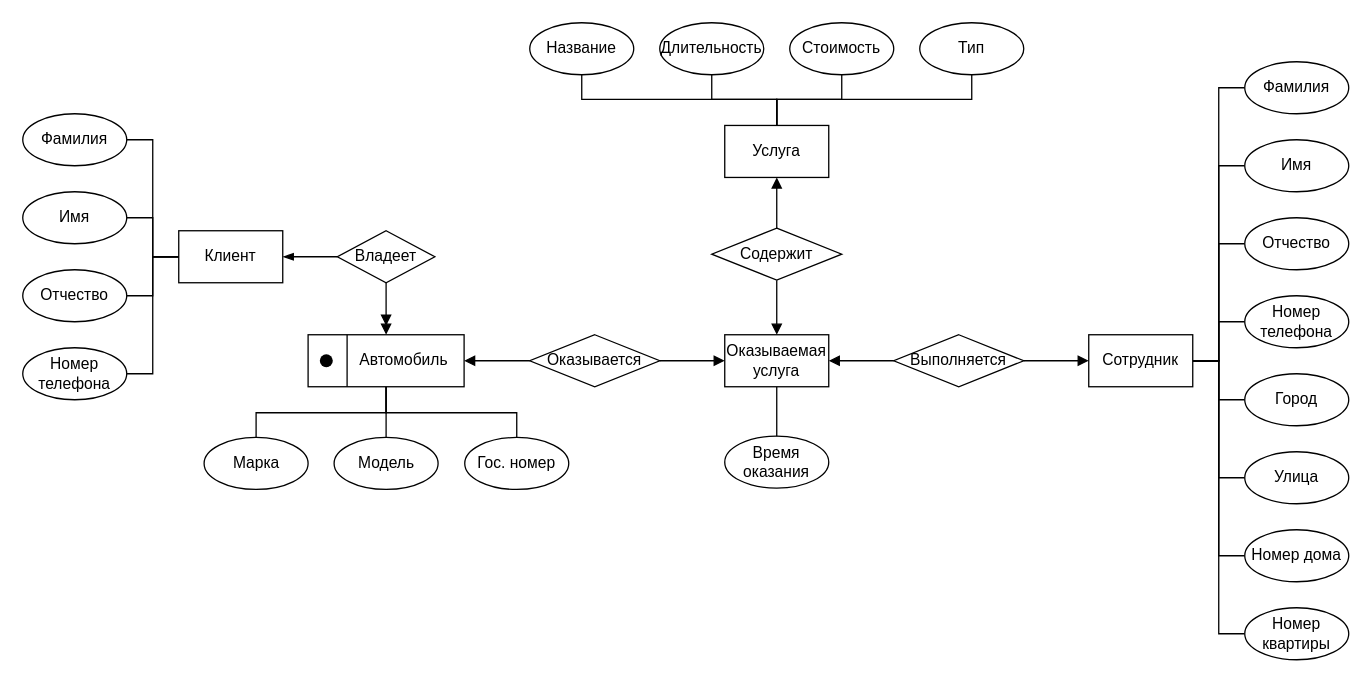
The draw.io diagram Concept.drawio in Mejioy/SUBD, before the edit. Source tidied: cells renumbered, new cells numbered last; positions are measured from the earlier drawing's top-left corner, leaving out a move shared by most shapes. Both pictures are drawn from the tidied source at 130%, with x=0, y=0 at pixel (22, 22).
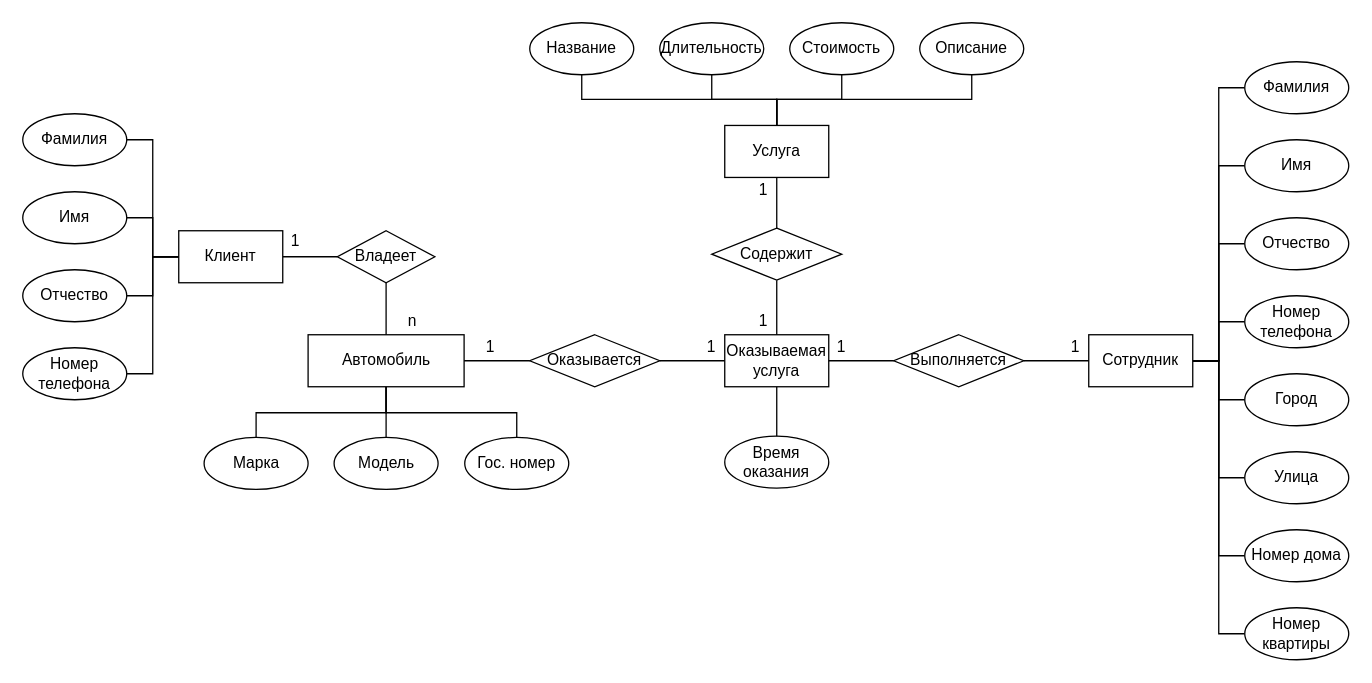
The same diagram, later.

Unchanged cells that the change refers to:
```xml
<mxCell id="10" value="Владеет" style="rhombus;whiteSpace=wrap;html=1;" parent="1" vertex="1">
  <mxGeometry x="242" y="160" width="75" height="40" as="geometry" />
</mxCell>
<mxCell id="11" value="Клиент" style="rounded=0;whiteSpace=wrap;html=1;" parent="1" vertex="1">
  <mxGeometry x="120" y="160" width="80" height="40" as="geometry" />
</mxCell>
<mxCell id="25" value="Оказываемая услуга" style="rounded=0;whiteSpace=wrap;html=1;" parent="1" vertex="1">
  <mxGeometry x="540" y="240" width="80" height="40" as="geometry" />
</mxCell>
<mxCell id="28" value="Оказывается" style="rhombus;whiteSpace=wrap;html=1;" parent="1" vertex="1">
  <mxGeometry x="390" y="240" width="100" height="40" as="geometry" />
</mxCell>
<mxCell id="33" value="Услуга" style="rounded=0;whiteSpace=wrap;html=1;" parent="1" vertex="1">
  <mxGeometry x="540" y="79" width="80" height="40" as="geometry" />
</mxCell>
<mxCell id="40" value="Содержит" style="rhombus;whiteSpace=wrap;html=1;" parent="1" vertex="1">
  <mxGeometry x="530" y="158" width="100" height="40" as="geometry" />
</mxCell>
<mxCell id="49" value="Сотрудник" style="rounded=0;whiteSpace=wrap;html=1;" parent="1" vertex="1">
  <mxGeometry x="820" y="240" width="80" height="40" as="geometry" />
</mxCell>
<mxCell id="60" value="Выполняется" style="rhombus;whiteSpace=wrap;html=1;" parent="1" vertex="1">
  <mxGeometry x="670" y="240" width="100" height="40" as="geometry" />
</mxCell>
```

Change to the diagram source:
```diff
@@
-    <mxCell id="7" value="&lt;span style=&quot;white-space: pre;&quot;&gt;&#9;&lt;/span&gt;Автомобиль" style="rounded=0;whiteSpace=wrap;html=1;" parent="1" vertex="1">
+    <mxCell id="7" value="Автомобиль" style="rounded=0;whiteSpace=wrap;html=1;" parent="1" vertex="1">
       <mxGeometry x="219.5" y="240" width="120" height="40" as="geometry" />
     </mxCell>
-    <mxCell id="8" style="edgeStyle=orthogonalEdgeStyle;rounded=0;jettySize=auto;html=1;exitX=0;exitY=0.5;exitDx=0;exitDy=0;entryX=1;entryY=0.5;entryDx=0;entryDy=0;endArrow=blockThin;endFill=1;" parent="1" edge="1" source="10" target="11">
+    <mxCell id="8" style="edgeStyle=orthogonalEdgeStyle;rounded=0;jettySize=auto;html=1;exitX=0;exitY=0.5;exitDx=0;exitDy=0;entryX=1;entryY=0.5;entryDx=0;entryDy=0;endArrow=none;endFill=0;startArrow=none;startFill=0;" parent="1" edge="1" source="10" target="11">
       <mxGeometry relative="1" as="geometry" />
     </mxCell>
-    <mxCell id="9" style="edgeStyle=orthogonalEdgeStyle;rounded=0;jettySize=auto;html=1;exitX=0.5;exitY=1;exitDx=0;exitDy=0;entryX=0.5;entryY=0;entryDx=0;entryDy=0;endArrow=doubleBlock;endFill=1;" parent="1" edge="1" source="10" target="7">
+    <mxCell id="9" style="edgeStyle=orthogonalEdgeStyle;rounded=0;jettySize=auto;html=1;exitX=0.5;exitY=1;exitDx=0;exitDy=0;entryX=0.5;entryY=0;entryDx=0;entryDy=0;endArrow=none;endFill=0;startArrow=none;startFill=0;" parent="1" edge="1" source="10" target="7">
       <mxGeometry relative="1" as="geometry" />
     </mxCell>
@@
-    <mxCell id="22" style="endArrow=none;html=1;rounded=0;entryX=0.25;entryY=0;entryDx=0;entryDy=0;exitX=0.25;exitY=1;exitDx=0;exitDy=0;" parent="1" edge="1" source="7" target="7">
-      <mxGeometry relative="1" as="geometry" />
-    </mxCell>
-    <mxCell id="23" style="shape=ellipse;fillColor=#000000;strokeColor=none;html=1;sketch=0;" parent="1" vertex="1">
-      <mxGeometry x="228.5" y="255" width="10" height="10" as="geometry" />
-    </mxCell>
@@
-    <mxCell id="26" style="edgeStyle=orthogonalEdgeStyle;rounded=0;jettySize=auto;html=1;exitX=0;exitY=0.5;exitDx=0;exitDy=0;entryX=1;entryY=0.5;entryDx=0;entryDy=0;endArrow=block;endFill=1;" parent="1" edge="1" source="28" target="7">
+    <mxCell id="26" style="edgeStyle=orthogonalEdgeStyle;rounded=0;jettySize=auto;html=1;exitX=0;exitY=0.5;exitDx=0;exitDy=0;entryX=1;entryY=0.5;entryDx=0;entryDy=0;endArrow=none;endFill=0;startArrow=none;startFill=0;" parent="1" edge="1" source="28" target="7">
       <mxGeometry relative="1" as="geometry" />
     </mxCell>
-    <mxCell id="27" style="edgeStyle=orthogonalEdgeStyle;rounded=0;jettySize=auto;html=1;exitX=1;exitY=0.5;exitDx=0;exitDy=0;entryX=0;entryY=0.5;entryDx=0;entryDy=0;endArrow=block;endFill=1;" parent="1" edge="1" source="28" target="25">
+    <mxCell id="27" style="edgeStyle=orthogonalEdgeStyle;rounded=0;jettySize=auto;html=1;exitX=1;exitY=0.5;exitDx=0;exitDy=0;entryX=0;entryY=0.5;entryDx=0;entryDy=0;endArrow=none;endFill=0;startArrow=none;startFill=0;" parent="1" edge="1" source="28" target="25">
       <mxGeometry relative="1" as="geometry" />
     </mxCell>
@@
-    <mxCell id="37" value="Тип" style="ellipse;whiteSpace=wrap;html=1;" parent="1" vertex="1">
+    <mxCell id="37" value="Описание" style="ellipse;whiteSpace=wrap;html=1;" parent="1" vertex="1">
       <mxGeometry x="690" width="80" height="40" as="geometry" />
     </mxCell>
-    <mxCell id="38" style="edgeStyle=orthogonalEdgeStyle;rounded=0;jettySize=auto;html=1;exitX=0.5;exitY=0;exitDx=0;exitDy=0;entryX=0.5;entryY=1;entryDx=0;entryDy=0;endArrow=block;endFill=1;" parent="1" edge="1" source="40" target="33">
+    <mxCell id="38" style="edgeStyle=orthogonalEdgeStyle;rounded=0;jettySize=auto;html=1;exitX=0.5;exitY=0;exitDx=0;exitDy=0;entryX=0.5;entryY=1;entryDx=0;entryDy=0;endArrow=none;endFill=0;startArrow=none;startFill=0;" parent="1" edge="1" source="40" target="33">
       <mxGeometry relative="1" as="geometry" />
     </mxCell>
-    <mxCell id="39" style="edgeStyle=orthogonalEdgeStyle;rounded=0;jettySize=auto;html=1;exitX=0.5;exitY=1;exitDx=0;exitDy=0;entryX=0.5;entryY=0;entryDx=0;entryDy=0;endArrow=block;endFill=1;" parent="1" edge="1" source="40" target="25">
+    <mxCell id="39" style="edgeStyle=orthogonalEdgeStyle;rounded=0;jettySize=auto;html=1;exitX=0.5;exitY=1;exitDx=0;exitDy=0;entryX=0.5;entryY=0;entryDx=0;entryDy=0;endArrow=none;endFill=0;startArrow=none;startFill=0;" parent="1" edge="1" source="40" target="25">
       <mxGeometry relative="1" as="geometry" />
     </mxCell>
@@
-    <mxCell id="58" style="edgeStyle=orthogonalEdgeStyle;rounded=0;jettySize=auto;html=1;exitX=0;exitY=0.5;exitDx=0;exitDy=0;entryX=1;entryY=0.5;entryDx=0;entryDy=0;endArrow=block;endFill=1;" parent="1" edge="1" source="60" target="25">
+    <mxCell id="58" style="edgeStyle=orthogonalEdgeStyle;rounded=0;jettySize=auto;html=1;exitX=0;exitY=0.5;exitDx=0;exitDy=0;entryX=1;entryY=0.5;entryDx=0;entryDy=0;endArrow=none;endFill=0;startArrow=none;startFill=0;" parent="1" edge="1" source="60" target="25">
       <mxGeometry relative="1" as="geometry" />
     </mxCell>
-    <mxCell id="59" style="edgeStyle=orthogonalEdgeStyle;rounded=0;jettySize=auto;html=1;exitX=1;exitY=0.5;exitDx=0;exitDy=0;entryX=0;entryY=0.5;entryDx=0;entryDy=0;endArrow=block;endFill=1;" parent="1" edge="1" source="60" target="49">
+    <mxCell id="59" style="edgeStyle=orthogonalEdgeStyle;rounded=0;jettySize=auto;html=1;exitX=1;exitY=0.5;exitDx=0;exitDy=0;entryX=0;entryY=0.5;entryDx=0;entryDy=0;endArrow=none;endFill=0;startArrow=none;startFill=0;" parent="1" edge="1" source="60" target="49">
       <mxGeometry relative="1" as="geometry" />
     </mxCell>
@@
+    <mxCell id="61" value="n" style="text;html=1;strokeColor=none;fillColor=none;align=center;verticalAlign=middle;whiteSpace=wrap;rounded=0;" parent="1" vertex="1">
+      <mxGeometry x="290" y="220" width="20" height="20" as="geometry" />
+    </mxCell>
+    <mxCell id="62" value="1" style="text;html=1;strokeColor=none;fillColor=none;align=center;verticalAlign=middle;whiteSpace=wrap;rounded=0;" parent="1" vertex="1">
+      <mxGeometry x="200" y="158" width="20" height="20" as="geometry" />
+    </mxCell>
+    <mxCell id="63" value="1" style="text;html=1;strokeColor=none;fillColor=none;align=center;verticalAlign=middle;whiteSpace=wrap;rounded=0;" parent="1" vertex="1">
+      <mxGeometry x="350" y="240" width="20" height="20" as="geometry" />
+    </mxCell>
+    <mxCell id="64" value="1" style="text;html=1;strokeColor=none;fillColor=none;align=center;verticalAlign=middle;whiteSpace=wrap;rounded=0;" parent="1" vertex="1">
+      <mxGeometry x="520" y="240" width="20" height="20" as="geometry" />
+    </mxCell>
+    <mxCell id="65" value="1" style="text;html=1;strokeColor=none;fillColor=none;align=center;verticalAlign=middle;whiteSpace=wrap;rounded=0;" parent="1" vertex="1">
+      <mxGeometry x="560" y="119" width="20" height="20" as="geometry" />
+    </mxCell>
+    <mxCell id="66" value="1" style="text;html=1;strokeColor=none;fillColor=none;align=center;verticalAlign=middle;whiteSpace=wrap;rounded=0;" parent="1" vertex="1">
+      <mxGeometry x="560" y="220" width="20" height="20" as="geometry" />
+    </mxCell>
+    <mxCell id="67" value="1" style="text;html=1;strokeColor=none;fillColor=none;align=center;verticalAlign=middle;whiteSpace=wrap;rounded=0;" parent="1" vertex="1">
+      <mxGeometry x="620" y="240" width="20" height="20" as="geometry" />
+    </mxCell>
+    <mxCell id="68" value="1" style="text;html=1;strokeColor=none;fillColor=none;align=center;verticalAlign=middle;whiteSpace=wrap;rounded=0;" parent="1" vertex="1">
+      <mxGeometry x="800" y="240" width="20" height="20" as="geometry" />
+    </mxCell>
```
